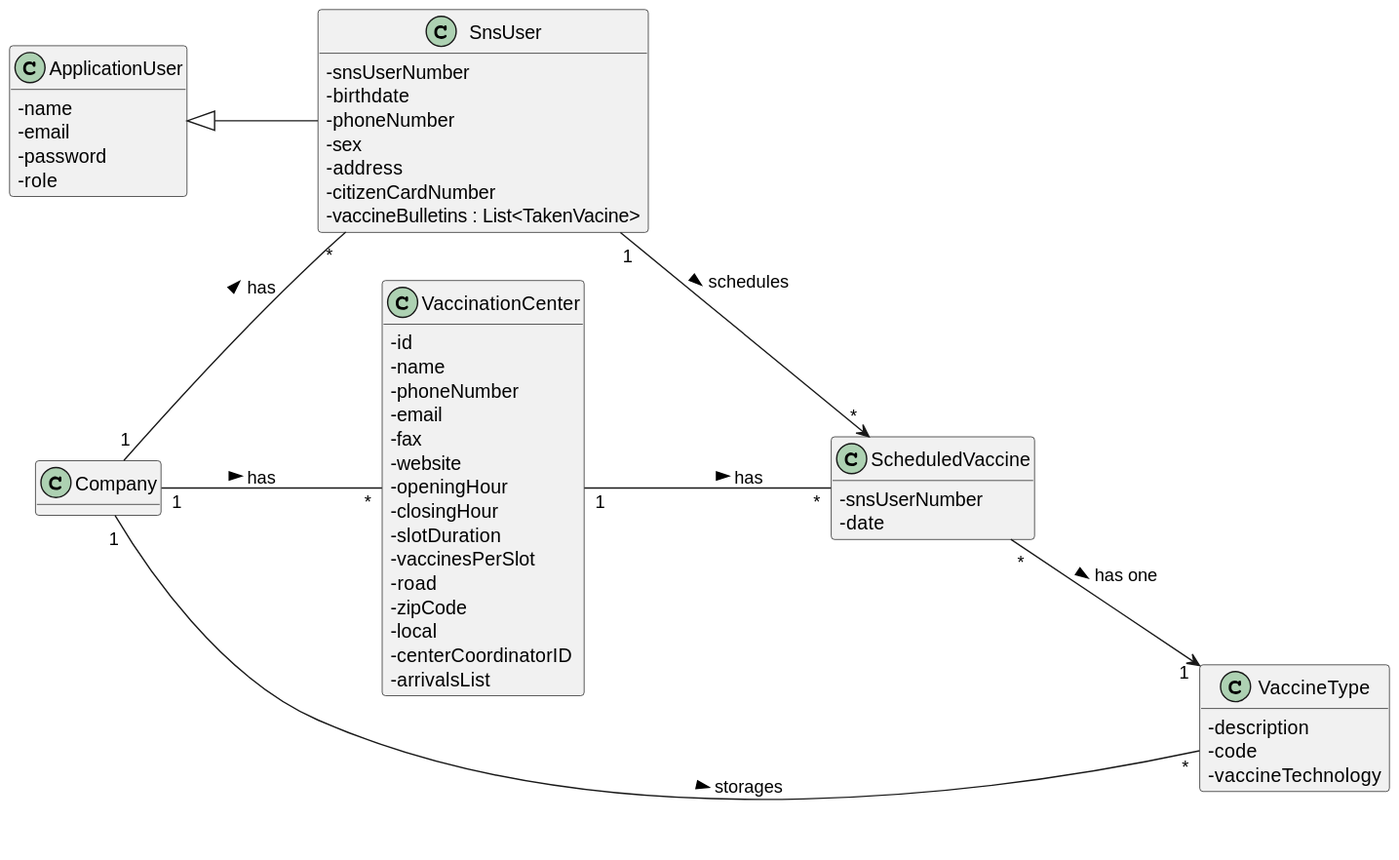
Pirussa/lei-22-s2-1da-g02 keeps this PlantUML diagram as docs/SprintC/US001/US001_DM.svg. Above is the earlier version.
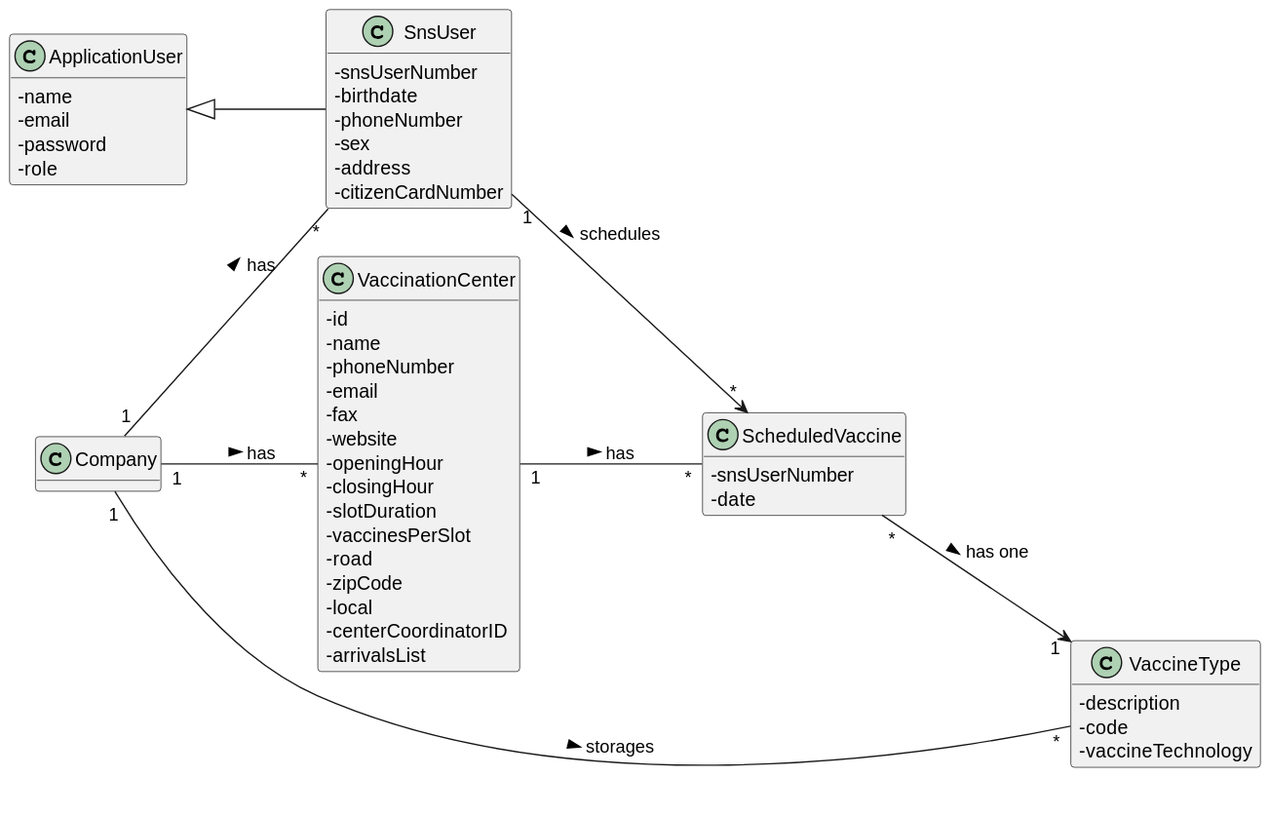
Above is the later version.

The edit, as a diff of the source:
```diff
@@ -12,7 +12,6 @@
 -sex
 -address
 -citizenCardNumber
--vaccineBulletins : List<TakenVacine>
 }
 
 
```
